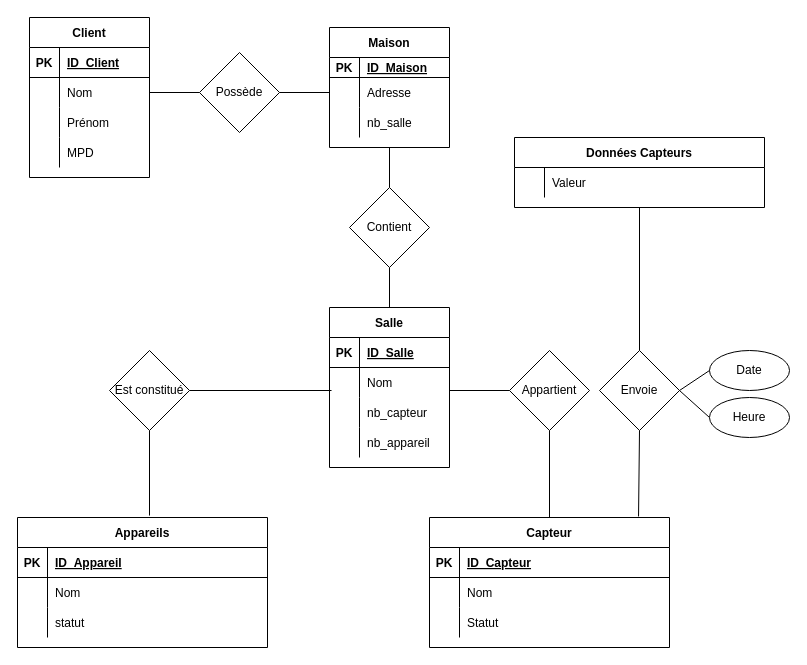
The draw.io diagram Diagramme sans nom.drawio in Elias-djebbour/SmartPhome, before the edit. Source tidied: cells renumbered, new cells numbered last; positions are measured from the earlier drawing's top-left corner, leaving out a move shared by most shapes. Both pictures are drawn from the tidied source at 100%, with x=0, y=0 at pixel (17, 17).
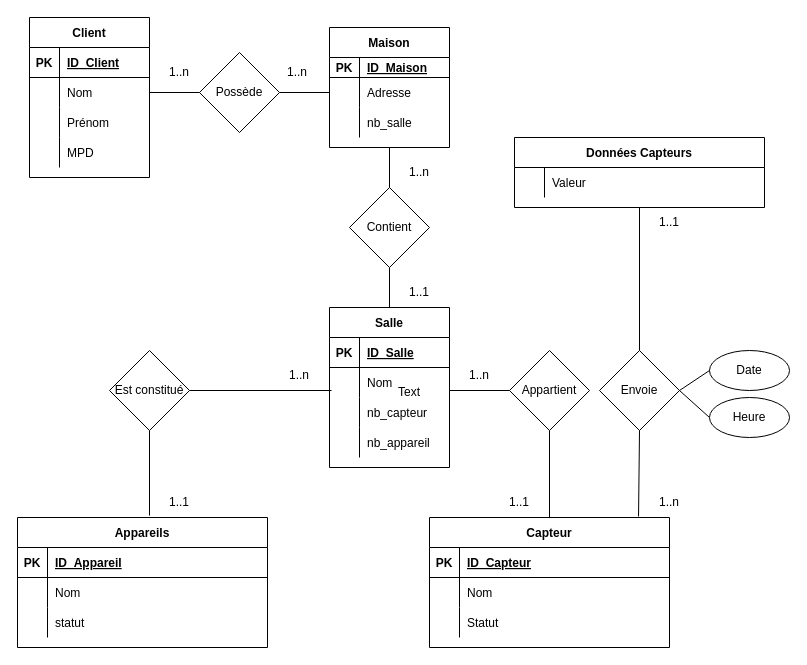
The same diagram, later.

Commit message:
Ajout des cardinalités

Change to the diagram source:
```diff
@@
+    <mxCell id="81" value="Text" style="text;html=1;strokeColor=none;fillColor=none;align=center;verticalAlign=middle;whiteSpace=wrap;rounded=0;" parent="1" vertex="1">
+      <mxGeometry x="362" y="360" width="60" height="30" as="geometry" />
+    </mxCell>
+    <mxCell id="82" value="1..n" style="text;html=1;strokeColor=none;fillColor=none;align=center;verticalAlign=middle;whiteSpace=wrap;rounded=0;" parent="1" vertex="1">
+      <mxGeometry x="132" y="40" width="60" height="30" as="geometry" />
+    </mxCell>
+    <mxCell id="83" value="1..n" style="text;html=1;strokeColor=none;fillColor=none;align=center;verticalAlign=middle;whiteSpace=wrap;rounded=0;" parent="1" vertex="1">
+      <mxGeometry x="250" y="40" width="60" height="30" as="geometry" />
+    </mxCell>
+    <mxCell id="84" value="1..n" style="text;html=1;strokeColor=none;fillColor=none;align=center;verticalAlign=middle;whiteSpace=wrap;rounded=0;" parent="1" vertex="1">
+      <mxGeometry x="372" y="140" width="60" height="30" as="geometry" />
+    </mxCell>
+    <mxCell id="85" value="1..1" style="text;html=1;strokeColor=none;fillColor=none;align=center;verticalAlign=middle;whiteSpace=wrap;rounded=0;" parent="1" vertex="1">
+      <mxGeometry x="372" y="260" width="60" height="30" as="geometry" />
+    </mxCell>
+    <mxCell id="86" value="1..n" style="text;html=1;strokeColor=none;fillColor=none;align=center;verticalAlign=middle;whiteSpace=wrap;rounded=0;" parent="1" vertex="1">
+      <mxGeometry x="252" y="343" width="60" height="30" as="geometry" />
+    </mxCell>
+    <mxCell id="87" value="1..1" style="text;html=1;strokeColor=none;fillColor=none;align=center;verticalAlign=middle;whiteSpace=wrap;rounded=0;" parent="1" vertex="1">
+      <mxGeometry x="132" y="470" width="60" height="30" as="geometry" />
+    </mxCell>
+    <mxCell id="88" value="1..1" style="text;html=1;strokeColor=none;fillColor=none;align=center;verticalAlign=middle;whiteSpace=wrap;rounded=0;" parent="1" vertex="1">
+      <mxGeometry x="472" y="470" width="60" height="30" as="geometry" />
+    </mxCell>
+    <mxCell id="89" value="1..n" style="text;html=1;strokeColor=none;fillColor=none;align=center;verticalAlign=middle;whiteSpace=wrap;rounded=0;" parent="1" vertex="1">
+      <mxGeometry x="432" y="343" width="60" height="30" as="geometry" />
+    </mxCell>
+    <mxCell id="90" value="1..n" style="text;html=1;strokeColor=none;fillColor=none;align=center;verticalAlign=middle;whiteSpace=wrap;rounded=0;" parent="1" vertex="1">
+      <mxGeometry x="622" y="470" width="60" height="30" as="geometry" />
+    </mxCell>
+    <mxCell id="91" value="1..1" style="text;html=1;strokeColor=none;fillColor=none;align=center;verticalAlign=middle;whiteSpace=wrap;rounded=0;" parent="1" vertex="1">
+      <mxGeometry x="622" y="190" width="60" height="30" as="geometry" />
+    </mxCell>
```
